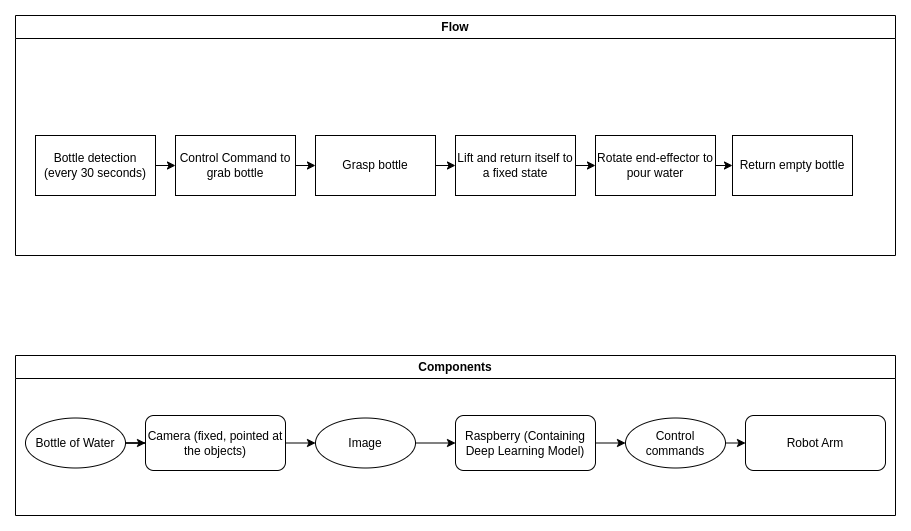
The draw.io diagram charts/flowchart_subgoal.drawio.png in BatmanofZuhandArrgh/GimmeAHand, before a commit. Source tidied: cells renumbered, new cells last; positions are measured from the earlier drawing's top-left corner, leaving out a move shared by most shapes. The source it was exported from:
```xml
<mxGraphModel>
  <root>
    <mxCell id="0" />
    <mxCell id="1" parent="0" />
    <mxCell id="2" style="edgeStyle=orthogonalEdgeStyle;rounded=0;jettySize=auto;html=1;exitX=1;exitY=0.5;exitDx=0;exitDy=0;entryX=0;entryY=0.5;entryDx=0;entryDy=0;" parent="1" edge="1" source="9" target="6">
      <mxGeometry relative="1" as="geometry" />
    </mxCell>
    <mxCell id="3" style="edgeStyle=orthogonalEdgeStyle;rounded=0;jettySize=auto;html=1;entryX=0;entryY=0.5;entryDx=0;entryDy=0;" parent="1" edge="1" source="4" target="9">
      <mxGeometry relative="1" as="geometry" />
    </mxCell>
    <mxCell id="4" value="Bottle of Water" style="ellipse;whiteSpace=wrap;html=1;" parent="1" vertex="1">
      <mxGeometry x="10" y="402.5" width="100" height="50" as="geometry" />
    </mxCell>
    <mxCell id="5" style="edgeStyle=orthogonalEdgeStyle;rounded=0;jettySize=auto;html=1;exitX=1;exitY=0.5;exitDx=0;exitDy=0;entryX=0;entryY=0.5;entryDx=0;entryDy=0;" parent="1" edge="1" source="6" target="8">
      <mxGeometry relative="1" as="geometry" />
    </mxCell>
    <mxCell id="6" value="Image" style="ellipse;whiteSpace=wrap;html=1;" parent="1" vertex="1">
      <mxGeometry x="300" y="402.5" width="100" height="50" as="geometry" />
    </mxCell>
    <mxCell id="7" value="Components" style="swimlane;whiteSpace=wrap;html=1;" parent="1" vertex="1">
      <mxGeometry y="340" width="880" height="160" as="geometry" />
    </mxCell>
    <mxCell id="8" value="Raspberry (Containing Deep Learning Model)" style="rounded=1;whiteSpace=wrap;html=1;fontSize=12;glass=0;strokeWidth=1;shadow=0;" parent="7" vertex="1">
      <mxGeometry x="440" y="60" width="140" height="55" as="geometry" />
    </mxCell>
    <mxCell id="9" value="Camera (fixed, pointed at the objects)" style="rounded=1;whiteSpace=wrap;html=1;fontSize=12;glass=0;strokeWidth=1;shadow=0;" parent="7" vertex="1">
      <mxGeometry x="130" y="60" width="140" height="55" as="geometry" />
    </mxCell>
    <mxCell id="10" value="Control commands" style="ellipse;whiteSpace=wrap;html=1;" parent="7" vertex="1">
      <mxGeometry x="610" y="62.5" width="100" height="50" as="geometry" />
    </mxCell>
    <mxCell id="11" style="edgeStyle=orthogonalEdgeStyle;rounded=0;jettySize=auto;html=1;exitX=1;exitY=0.5;exitDx=0;exitDy=0;entryX=0;entryY=0.5;entryDx=0;entryDy=0;" parent="7" edge="1" source="8" target="10">
      <mxGeometry relative="1" as="geometry" />
    </mxCell>
    <mxCell id="12" value="Robot Arm" style="rounded=1;whiteSpace=wrap;html=1;fontSize=12;glass=0;strokeWidth=1;shadow=0;" parent="7" vertex="1">
      <mxGeometry x="730" y="60" width="140" height="55" as="geometry" />
    </mxCell>
    <mxCell id="13" style="edgeStyle=orthogonalEdgeStyle;rounded=0;jettySize=auto;html=1;exitX=1;exitY=0.5;exitDx=0;exitDy=0;entryX=0;entryY=0.5;entryDx=0;entryDy=0;" parent="7" edge="1" source="10" target="12">
      <mxGeometry relative="1" as="geometry" />
    </mxCell>
    <mxCell id="14" value="Flow" style="swimlane;whiteSpace=wrap;html=1;" parent="1" vertex="1">
      <mxGeometry width="880" height="240" as="geometry" />
    </mxCell>
    <mxCell id="15" style="edgeStyle=orthogonalEdgeStyle;rounded=0;jettySize=auto;html=1;exitX=1;exitY=0.5;exitDx=0;exitDy=0;entryX=0;entryY=0.5;entryDx=0;entryDy=0;" parent="14" edge="1" source="16" target="21">
      <mxGeometry relative="1" as="geometry" />
    </mxCell>
    <mxCell id="16" value="Bottle detection (every 30 seconds)" style="rounded=0;whiteSpace=wrap;html=1;" parent="14" vertex="1">
      <mxGeometry x="20" y="120" width="120" height="60" as="geometry" />
    </mxCell>
    <mxCell id="17" style="edgeStyle=orthogonalEdgeStyle;rounded=0;jettySize=auto;html=1;exitX=1;exitY=0.5;exitDx=0;exitDy=0;entryX=0;entryY=0.5;entryDx=0;entryDy=0;" parent="14" edge="1" source="18" target="20">
      <mxGeometry relative="1" as="geometry" />
    </mxCell>
    <mxCell id="18" value="Grasp bottle" style="rounded=0;whiteSpace=wrap;html=1;" parent="14" vertex="1">
      <mxGeometry x="300" y="120" width="120" height="60" as="geometry" />
    </mxCell>
    <mxCell id="19" style="edgeStyle=orthogonalEdgeStyle;rounded=0;jettySize=auto;html=1;exitX=1;exitY=0.5;exitDx=0;exitDy=0;entryX=0;entryY=0.5;entryDx=0;entryDy=0;" parent="14" edge="1" source="20" target="24">
      <mxGeometry relative="1" as="geometry" />
    </mxCell>
    <mxCell id="20" value="Lift and return itself to a fixed state" style="rounded=0;whiteSpace=wrap;html=1;" parent="14" vertex="1">
      <mxGeometry x="440" y="120" width="120" height="60" as="geometry" />
    </mxCell>
    <mxCell id="21" value="Control Command to grab bottle" style="rounded=0;whiteSpace=wrap;html=1;" parent="14" vertex="1">
      <mxGeometry x="160" y="120" width="120" height="60" as="geometry" />
    </mxCell>
    <mxCell id="22" style="edgeStyle=orthogonalEdgeStyle;rounded=0;jettySize=auto;html=1;exitX=1;exitY=0.5;exitDx=0;exitDy=0;entryX=0;entryY=0.5;entryDx=0;entryDy=0;" parent="14" edge="1" source="21" target="18">
      <mxGeometry relative="1" as="geometry" />
    </mxCell>
    <mxCell id="23" style="edgeStyle=orthogonalEdgeStyle;rounded=0;jettySize=auto;html=1;exitX=1;exitY=0.5;exitDx=0;exitDy=0;entryX=0;entryY=0.5;entryDx=0;entryDy=0;" parent="14" edge="1" source="24" target="25">
      <mxGeometry relative="1" as="geometry" />
    </mxCell>
    <mxCell id="24" value="Rotate end-effector to pour water" style="rounded=0;whiteSpace=wrap;html=1;" parent="14" vertex="1">
      <mxGeometry x="580" y="120" width="120" height="60" as="geometry" />
    </mxCell>
    <mxCell id="25" value="Return empty bottle" style="rounded=0;whiteSpace=wrap;html=1;" parent="14" vertex="1">
      <mxGeometry x="717" y="120" width="120" height="60" as="geometry" />
    </mxCell>
  </root>
</mxGraphModel>
```
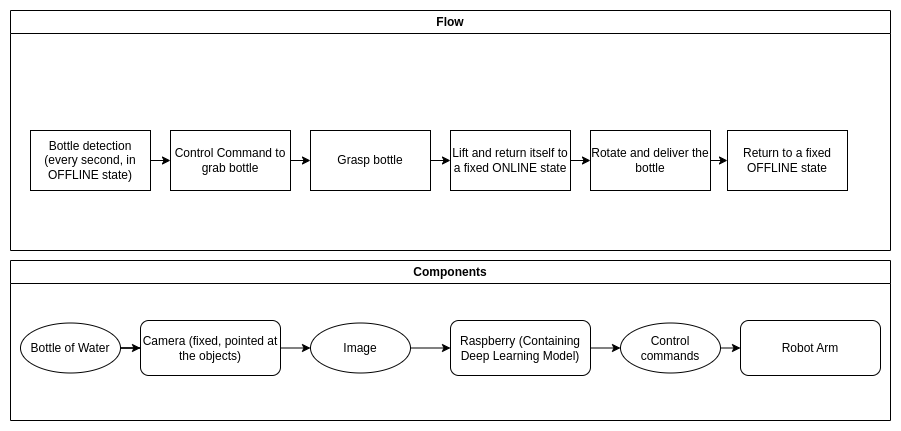
The same diagram one commit later.

Commit message:
Update flow chhart for subgoal

Change to the diagram source:
```diff
@@ -39,12 +39,12 @@
       <mxGeometry relative="1" as="geometry" />
     </mxCell>
     <mxCell id="14" value="Flow" style="swimlane;whiteSpace=wrap;html=1;" parent="1" vertex="1">
-      <mxGeometry width="880" height="240" as="geometry" />
+      <mxGeometry y="90" width="880" height="240" as="geometry" />
     </mxCell>
     <mxCell id="15" style="edgeStyle=orthogonalEdgeStyle;rounded=0;jettySize=auto;html=1;exitX=1;exitY=0.5;exitDx=0;exitDy=0;entryX=0;entryY=0.5;entryDx=0;entryDy=0;" parent="14" edge="1" source="16" target="21">
       <mxGeometry relative="1" as="geometry" />
     </mxCell>
-    <mxCell id="16" value="Bottle detection (every 30 seconds)" style="rounded=0;whiteSpace=wrap;html=1;" parent="14" vertex="1">
+    <mxCell id="16" value="Bottle detection (every second, in OFFLINE state)" style="rounded=0;whiteSpace=wrap;html=1;" parent="14" vertex="1">
       <mxGeometry x="20" y="120" width="120" height="60" as="geometry" />
     </mxCell>
     <mxCell id="17" style="edgeStyle=orthogonalEdgeStyle;rounded=0;jettySize=auto;html=1;exitX=1;exitY=0.5;exitDx=0;exitDy=0;entryX=0;entryY=0.5;entryDx=0;entryDy=0;" parent="14" edge="1" source="18" target="20">
@@ -56,7 +56,7 @@
     <mxCell id="19" style="edgeStyle=orthogonalEdgeStyle;rounded=0;jettySize=auto;html=1;exitX=1;exitY=0.5;exitDx=0;exitDy=0;entryX=0;entryY=0.5;entryDx=0;entryDy=0;" parent="14" edge="1" source="20" target="24">
       <mxGeometry relative="1" as="geometry" />
     </mxCell>
-    <mxCell id="20" value="Lift and return itself to a fixed state" style="rounded=0;whiteSpace=wrap;html=1;" parent="14" vertex="1">
+    <mxCell id="20" value="Lift and return itself to a fixed ONLINE state" style="rounded=0;whiteSpace=wrap;html=1;" parent="14" vertex="1">
       <mxGeometry x="440" y="120" width="120" height="60" as="geometry" />
     </mxCell>
     <mxCell id="21" value="Control Command to grab bottle" style="rounded=0;whiteSpace=wrap;html=1;" parent="14" vertex="1">
@@ -68,10 +68,10 @@
     <mxCell id="23" style="edgeStyle=orthogonalEdgeStyle;rounded=0;jettySize=auto;html=1;exitX=1;exitY=0.5;exitDx=0;exitDy=0;entryX=0;entryY=0.5;entryDx=0;entryDy=0;" parent="14" edge="1" source="24" target="25">
       <mxGeometry relative="1" as="geometry" />
     </mxCell>
-    <mxCell id="24" value="Rotate end-effector to pour water" style="rounded=0;whiteSpace=wrap;html=1;" parent="14" vertex="1">
+    <mxCell id="24" value="Rotate and deliver the bottle" style="rounded=0;whiteSpace=wrap;html=1;" parent="14" vertex="1">
       <mxGeometry x="580" y="120" width="120" height="60" as="geometry" />
     </mxCell>
-    <mxCell id="25" value="Return empty bottle" style="rounded=0;whiteSpace=wrap;html=1;" parent="14" vertex="1">
+    <mxCell id="25" value="Return to a fixed OFFLINE state" style="rounded=0;whiteSpace=wrap;html=1;" parent="14" vertex="1">
       <mxGeometry x="717" y="120" width="120" height="60" as="geometry" />
     </mxCell>
   </root>
```
